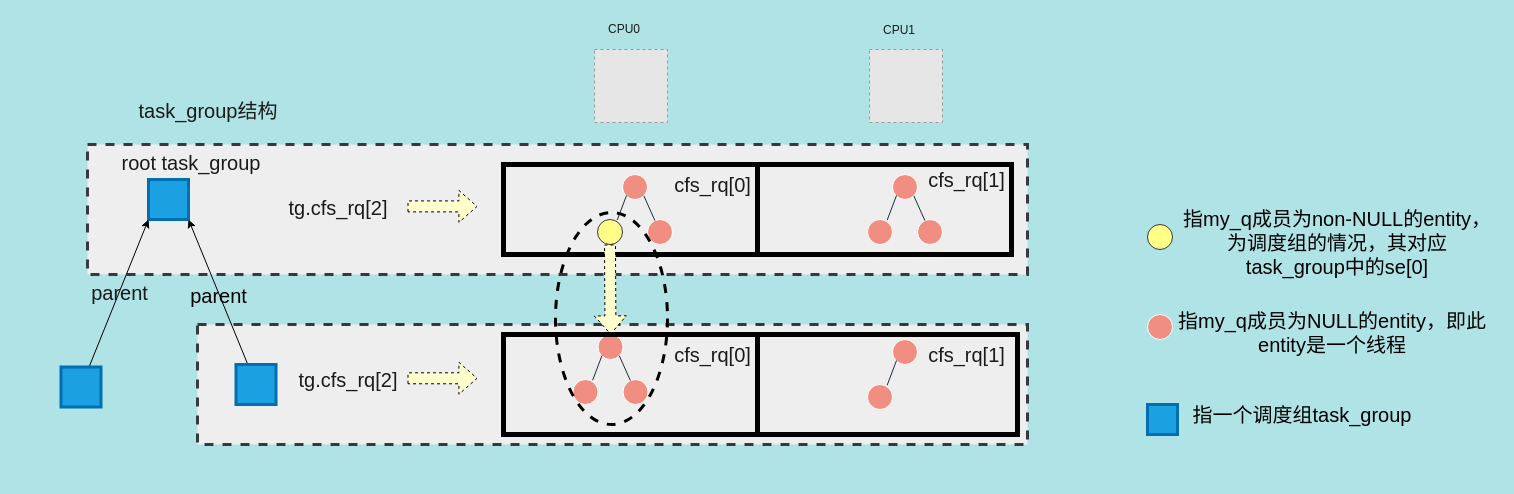
This is task_group.drawio from YanfeiXu/LinuxerYann, a draw.io file, before an edit. Source tidied: cells renumbered, new cells numbered last; positions are measured from the earlier drawing's top-left corner, leaving out a move shared by most shapes. Both pictures are drawn from the tidied source at 100%, with x=0, y=0 at pixel (61, 19). Pictures stored in the file or linked from it are replaced by grey dashed boxes.
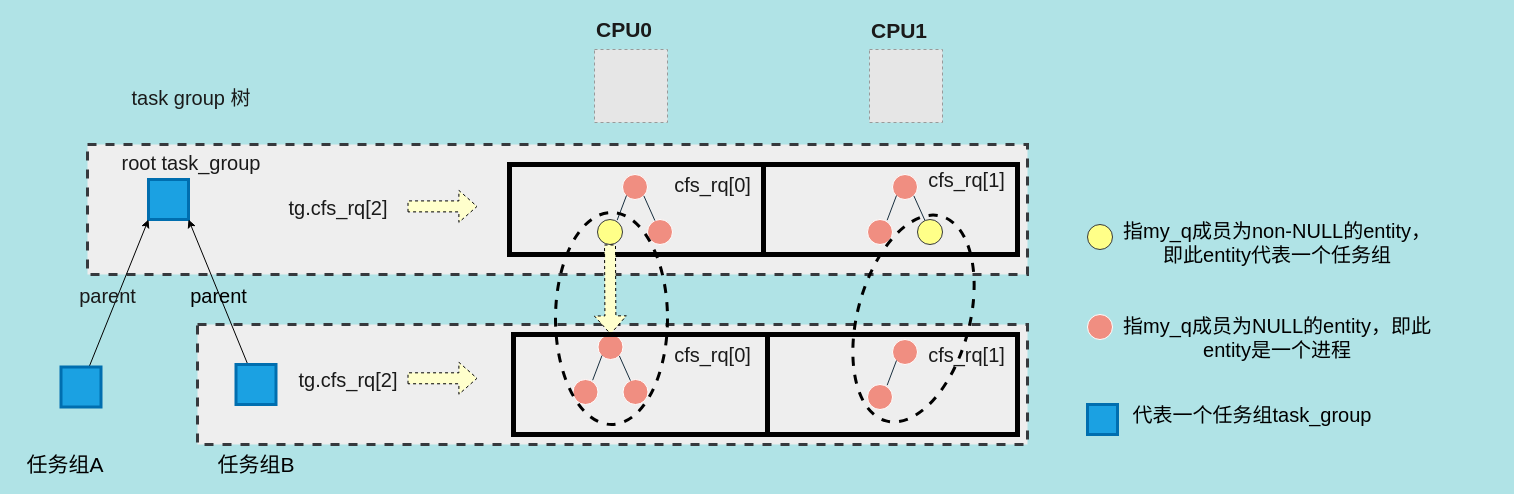
The same diagram, later.

The change refers to these unchanged cells:
```xml
<mxCell id="21" style="ellipse;whiteSpace=wrap;html=1;rounded=0;sketch=0;fontColor=#1A1A1A;strokeColor=#FFFFFF;fillColor=#F08E81;" parent="1" vertex="1">
  <mxGeometry x="831" y="155" width="25" height="25" as="geometry" />
</mxCell>
<mxCell id="35" style="edgeStyle=none;rounded=1;sketch=0;jettySize=auto;html=1;shadow=0;fontSize=20;fontColor=#1A1A1A;strokeColor=#000000;fillColor=#FFFFCC;gradientColor=none;entryX=0;entryY=1;entryDx=0;entryDy=0;" parent="1" edge="1" source="37" target="34">
  <mxGeometry relative="1" as="geometry" />
</mxCell>
```

The edit, as a diff of the source:
```diff
@@
     <mxCell id="5" style="rounded=0;whiteSpace=wrap;html=1;sketch=0;fontSize=20;fontColor=#1A1A1A;fillColor=none;strokeWidth=5;" parent="1" vertex="1">
-      <mxGeometry x="696" y="145" width="254" height="90" as="geometry" />
+      <mxGeometry x="702" y="145" width="254" height="90" as="geometry" />
     </mxCell>
     <mxCell id="6" style="rounded=0;whiteSpace=wrap;html=1;sketch=0;fontSize=20;fontColor=#1A1A1A;fillColor=none;strokeWidth=5;" parent="1" vertex="1">
-      <mxGeometry x="442" y="145" width="254" height="90" as="geometry" />
+      <mxGeometry x="448" y="145" width="254" height="90" as="geometry" />
     </mxCell>
@@
     <mxCell id="10" style="ellipse;whiteSpace=wrap;html=1;rounded=0;sketch=0;fontColor=#1A1A1A;strokeColor=#FFFFFF;fillColor=#F08E81;" parent="1" vertex="1">
-      <mxGeometry x="1086" y="295" width="25" height="25" as="geometry" />
+      <mxGeometry x="1026" y="295" width="25" height="25" as="geometry" />
     </mxCell>
@@
-    <mxCell id="22" style="ellipse;whiteSpace=wrap;html=1;rounded=0;sketch=0;fontColor=#1A1A1A;strokeColor=#FFFFFF;fillColor=#F08E81;" parent="1" vertex="1">
-      <mxGeometry x="856" y="200" width="25" height="25" as="geometry" />
-    </mxCell>
@@
-    <mxCell id="24" style="endArrow=none;html=1;fontColor=#1A1A1A;strokeColor=#182E3E;entryX=1;entryY=1;entryDx=0;entryDy=0;" parent="1" edge="1" source="22" target="21">
-      <mxGeometry relative="1" as="geometry" />
+    <mxCell id="24" style="endArrow=none;html=1;fontColor=#1A1A1A;strokeColor=#182E3E;entryX=1;entryY=1;entryDx=0;entryDy=0;" parent="1" edge="1" target="21">
+      <mxGeometry relative="1" as="geometry">
+        <mxPoint x="863.5" y="201.1" as="sourcePoint" />
+      </mxGeometry>
     </mxCell>
@@
-    <mxCell id="29" value="CPU0" style="text;html=1;strokeColor=none;fillColor=none;align=center;verticalAlign=middle;whiteSpace=wrap;rounded=0;sketch=0;fontColor=#1A1A1A;" parent="1" vertex="1">
+    <mxCell id="29" value="CPU0" style="text;html=1;strokeColor=none;fillColor=none;align=center;verticalAlign=middle;whiteSpace=wrap;rounded=0;sketch=0;fontColor=#1A1A1A;fontSize=21;fontStyle=1;" parent="1" vertex="1">
       <mxGeometry x="543" width="40" height="20" as="geometry" />
     </mxCell>
-    <mxCell id="30" value="CPU1" style="text;html=1;strokeColor=none;fillColor=none;align=center;verticalAlign=middle;whiteSpace=wrap;rounded=0;sketch=0;fontColor=#1A1A1A;" parent="1" vertex="1">
+    <mxCell id="30" value="CPU1" style="text;html=1;strokeColor=none;fillColor=none;align=center;verticalAlign=middle;whiteSpace=wrap;rounded=0;sketch=0;fontColor=#1A1A1A;fontSize=21;fontStyle=1;" parent="1" vertex="1">
       <mxGeometry x="818" y="10" width="40" as="geometry" />
     </mxCell>
@@
     <mxCell id="36" value="parent" style="edgeLabel;html=1;align=center;verticalAlign=middle;fontSize=20;fontColor=#1A1A1A;labelBackgroundColor=none;" parent="35" vertex="1">
-      <mxGeometry x="0.02" relative="1" as="geometry" />
+      <mxGeometry x="0.02" relative="1" as="geometry">
+        <mxPoint x="-12" y="3" as="offset" />
+      </mxGeometry>
     </mxCell>
@@
-    <mxCell id="41" value="task_group结构" style="text;html=1;strokeColor=none;fillColor=none;align=center;verticalAlign=middle;whiteSpace=wrap;rounded=0;sketch=0;fontSize=20;fontColor=#1A1A1A;" parent="1" vertex="1">
-      <mxGeometry x="57" y="78" width="180" height="25" as="geometry" />
+    <mxCell id="41" value="task group 树" style="text;html=1;strokeColor=none;fillColor=none;align=center;verticalAlign=middle;whiteSpace=wrap;rounded=0;sketch=0;fontSize=20;fontColor=#1A1A1A;" parent="1" vertex="1">
+      <mxGeometry x="39.5" y="65" width="180" height="25" as="geometry" />
     </mxCell>
@@
     <mxCell id="45" style="rounded=0;whiteSpace=wrap;html=1;sketch=0;fontSize=20;fontColor=#1A1A1A;fillColor=none;strokeWidth=5;" parent="1" vertex="1">
-      <mxGeometry x="442" y="315" width="254" height="100" as="geometry" />
+      <mxGeometry x="452" y="315" width="254" height="100" as="geometry" />
     </mxCell>
@@
     <mxCell id="49" style="ellipse;whiteSpace=wrap;html=1;rounded=0;sketch=0;strokeColor=#36393d;fillColor=#ffff88;" parent="1" vertex="1">
-      <mxGeometry x="1086" y="205" width="25" height="25" as="geometry" />
+      <mxGeometry x="1026" y="205" width="25" height="25" as="geometry" />
     </mxCell>
@@
     <mxCell id="51" style="rounded=0;whiteSpace=wrap;html=1;sketch=0;fontSize=20;fontColor=#1A1A1A;fillColor=none;strokeWidth=5;" parent="1" vertex="1">
-      <mxGeometry x="696" y="315" width="260" height="100" as="geometry" />
+      <mxGeometry x="706" y="315" width="250" height="100" as="geometry" />
     </mxCell>
-    <mxCell id="52" value="指my_q成员为non-NULL的entity，为调度组的情况，其对应task_group中的se[0]" style="text;html=1;strokeColor=none;fillColor=none;align=center;verticalAlign=middle;whiteSpace=wrap;rounded=0;dashed=1;labelBackgroundColor=none;sketch=0;fontSize=20;fontColor=#000000;" parent="1" vertex="1">
-      <mxGeometry x="1116" y="220" width="320" height="5" as="geometry" />
+    <mxCell id="52" value="指my_q成员为non-NULL的entity，即此entity代表一个任务组" style="text;html=1;strokeColor=none;fillColor=none;align=center;verticalAlign=middle;whiteSpace=wrap;rounded=0;dashed=1;labelBackgroundColor=none;sketch=0;fontSize=20;fontColor=#000000;" parent="1" vertex="1">
+      <mxGeometry x="1056" y="220" width="320" height="5" as="geometry" />
     </mxCell>
-    <mxCell id="53" value="指my_q成员为NULL的entity，即此entity是一个线程" style="text;html=1;strokeColor=none;fillColor=none;align=center;verticalAlign=middle;whiteSpace=wrap;rounded=0;dashed=1;labelBackgroundColor=none;sketch=0;fontSize=20;fontColor=#000000;" parent="1" vertex="1">
-      <mxGeometry x="1111" y="310" width="320" height="5" as="geometry" />
+    <mxCell id="53" value="指my_q成员为NULL的entity，即此entity是一个进程" style="text;html=1;strokeColor=none;fillColor=none;align=center;verticalAlign=middle;whiteSpace=wrap;rounded=0;dashed=1;labelBackgroundColor=none;sketch=0;fontSize=20;fontColor=#000000;" parent="1" vertex="1">
+      <mxGeometry x="1056" y="315" width="320" height="5" as="geometry" />
     </mxCell>
@@
     <mxCell id="55" style="whiteSpace=wrap;html=1;rounded=0;sketch=0;fontSize=20;strokeColor=#006EAF;strokeWidth=3;fillColor=#1ba1e2;fontColor=#ffffff;" parent="1" vertex="1">
-      <mxGeometry x="1086" y="385" width="30" height="30" as="geometry" />
+      <mxGeometry x="1026" y="385" width="30" height="30" as="geometry" />
     </mxCell>
-    <mxCell id="56" value="指一个调度组task_group" style="text;html=1;strokeColor=none;fillColor=none;align=center;verticalAlign=middle;whiteSpace=wrap;rounded=0;dashed=1;labelBackgroundColor=none;sketch=0;fontSize=20;fontColor=#000000;" parent="1" vertex="1">
-      <mxGeometry x="1086" y="365" width="310" height="60" as="geometry" />
+    <mxCell id="56" value="代表一个任务组task_group" style="text;html=1;strokeColor=none;fillColor=none;align=center;verticalAlign=middle;whiteSpace=wrap;rounded=0;dashed=1;labelBackgroundColor=none;sketch=0;fontSize=20;fontColor=#000000;" parent="1" vertex="1">
+      <mxGeometry x="1036" y="365" width="310" height="60" as="geometry" />
     </mxCell>
+    <mxCell id="57" value="任务组A" style="text;html=1;strokeColor=none;fillColor=none;align=center;verticalAlign=middle;whiteSpace=wrap;rounded=0;fontSize=21;" parent="1" vertex="1">
+      <mxGeometry x="-44" y="435" width="96" height="20" as="geometry" />
+    </mxCell>
+    <mxCell id="58" value="任务组B" style="text;html=1;strokeColor=none;fillColor=none;align=center;verticalAlign=middle;whiteSpace=wrap;rounded=0;fontSize=21;" parent="1" vertex="1">
+      <mxGeometry x="146.5" y="435" width="96" height="20" as="geometry" />
+    </mxCell>
+    <mxCell id="59" style="ellipse;whiteSpace=wrap;html=1;rounded=0;sketch=0;strokeColor=#36393d;fillColor=#ffff88;" parent="1" vertex="1">
+      <mxGeometry x="856" y="200" width="25" height="25" as="geometry" />
+    </mxCell>
+    <mxCell id="60" style="ellipse;whiteSpace=wrap;html=1;rounded=0;labelBackgroundColor=none;sketch=0;fontSize=20;fontColor=#000000;strokeColor=#000000;strokeWidth=3;gradientColor=none;fillColor=none;dashed=1;rotation=15;" parent="1" vertex="1">
+      <mxGeometry x="796" y="193" width="112" height="212" as="geometry" />
+    </mxCell>
```
